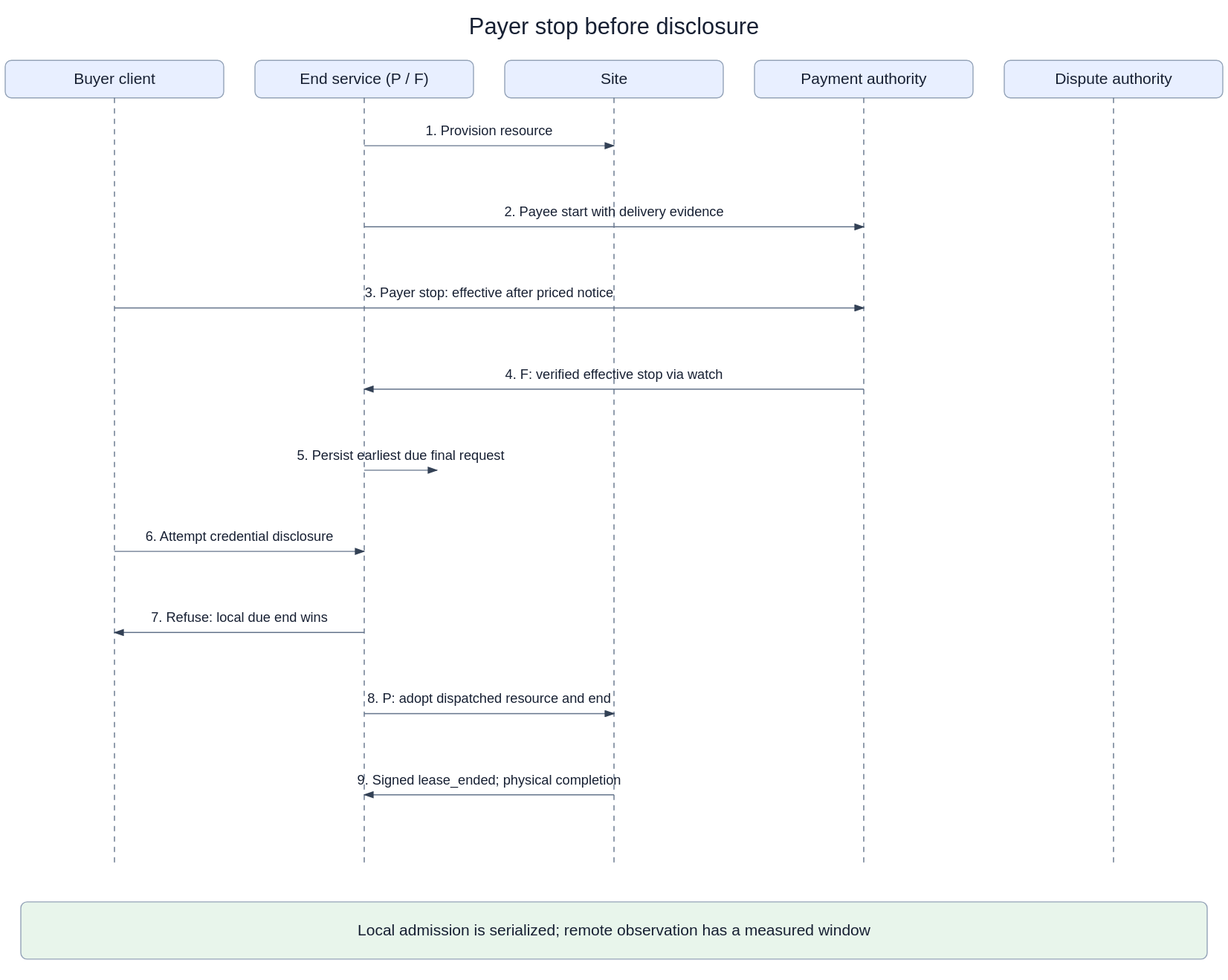
Above: openspec/changes/converge-ongoing-compute-leases/diagrams/04-payer-stop-before-disclosure.svg in arkhai-io/simple-compute-market (draw.io), before the change. Source tidied: cells renumbered, new cells last; positions are measured from the earlier drawing's top-left corner, leaving out a move shared by most shapes.
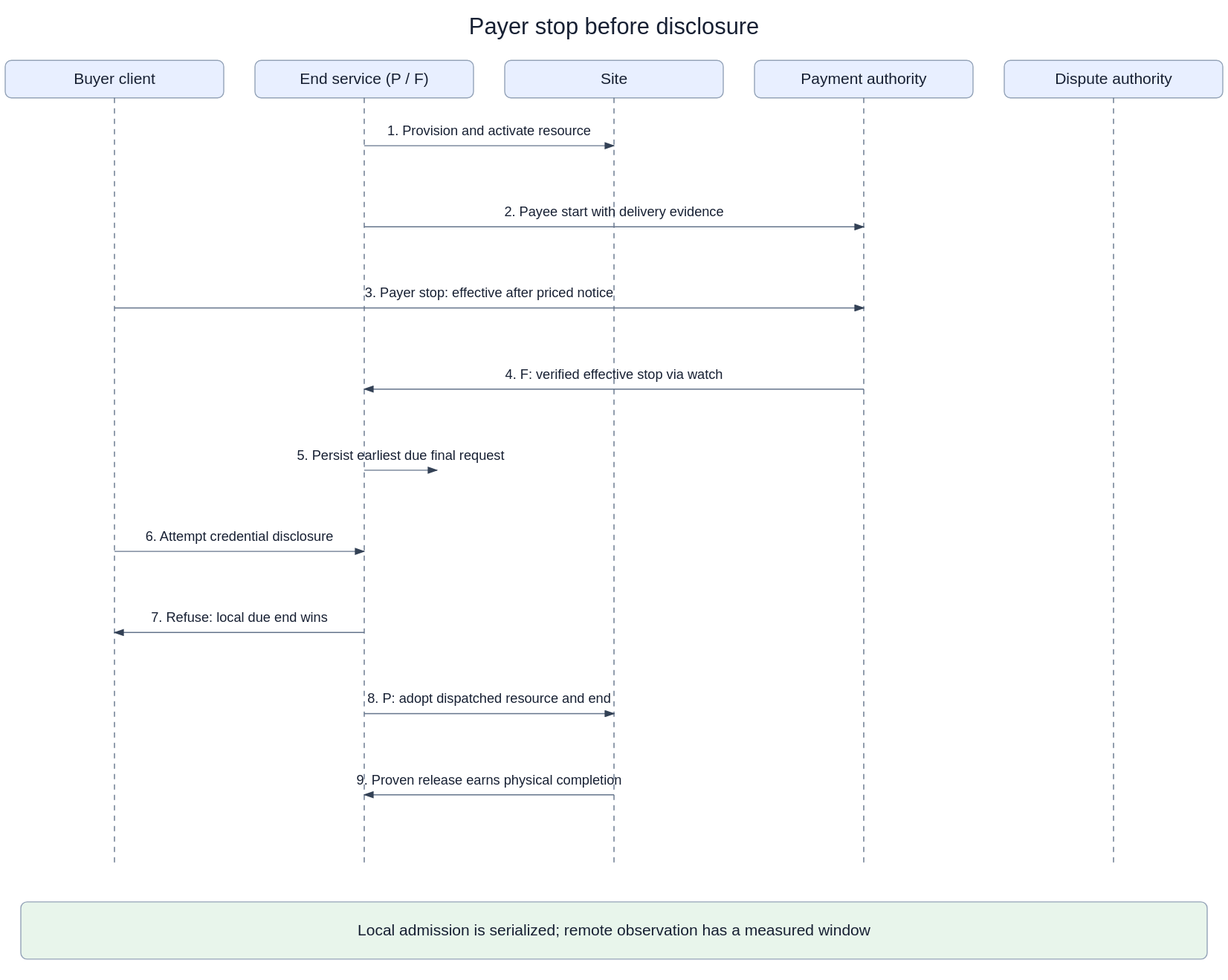
The same diagram one commit later.

The edit, as a diff of the source:
```diff
@@ -50,7 +50,7 @@
         <mxPoint x="1065" y="822" as="targetPoint" />
       </mxGeometry>
     </mxCell>
-    <mxCell id="13" value="1. Provision resource" style="endArrow=block;fontSize=13;labelBackgroundColor=#ffffff;" parent="1" edge="1">
+    <mxCell id="13" value="1. Provision and activate resource" style="endArrow=block;fontSize=13;labelBackgroundColor=#ffffff;" parent="1" edge="1">
       <mxGeometry relative="1" as="geometry">
         <mxPoint x="345" y="130" as="sourcePoint" />
         <mxPoint x="585" y="130" as="targetPoint" />
@@ -98,7 +98,7 @@
         <mxPoint x="585" y="676" as="targetPoint" />
       </mxGeometry>
     </mxCell>
-    <mxCell id="21" value="9. Signed lease_ended; physical completion" style="endArrow=block;fontSize=13;labelBackgroundColor=#ffffff;" parent="1" edge="1">
+    <mxCell id="21" value="9. Proven release earns physical completion" style="endArrow=block;fontSize=13;labelBackgroundColor=#ffffff;" parent="1" edge="1">
       <mxGeometry relative="1" as="geometry">
         <mxPoint x="585" y="754" as="sourcePoint" />
         <mxPoint x="345" y="754" as="targetPoint" />
```
